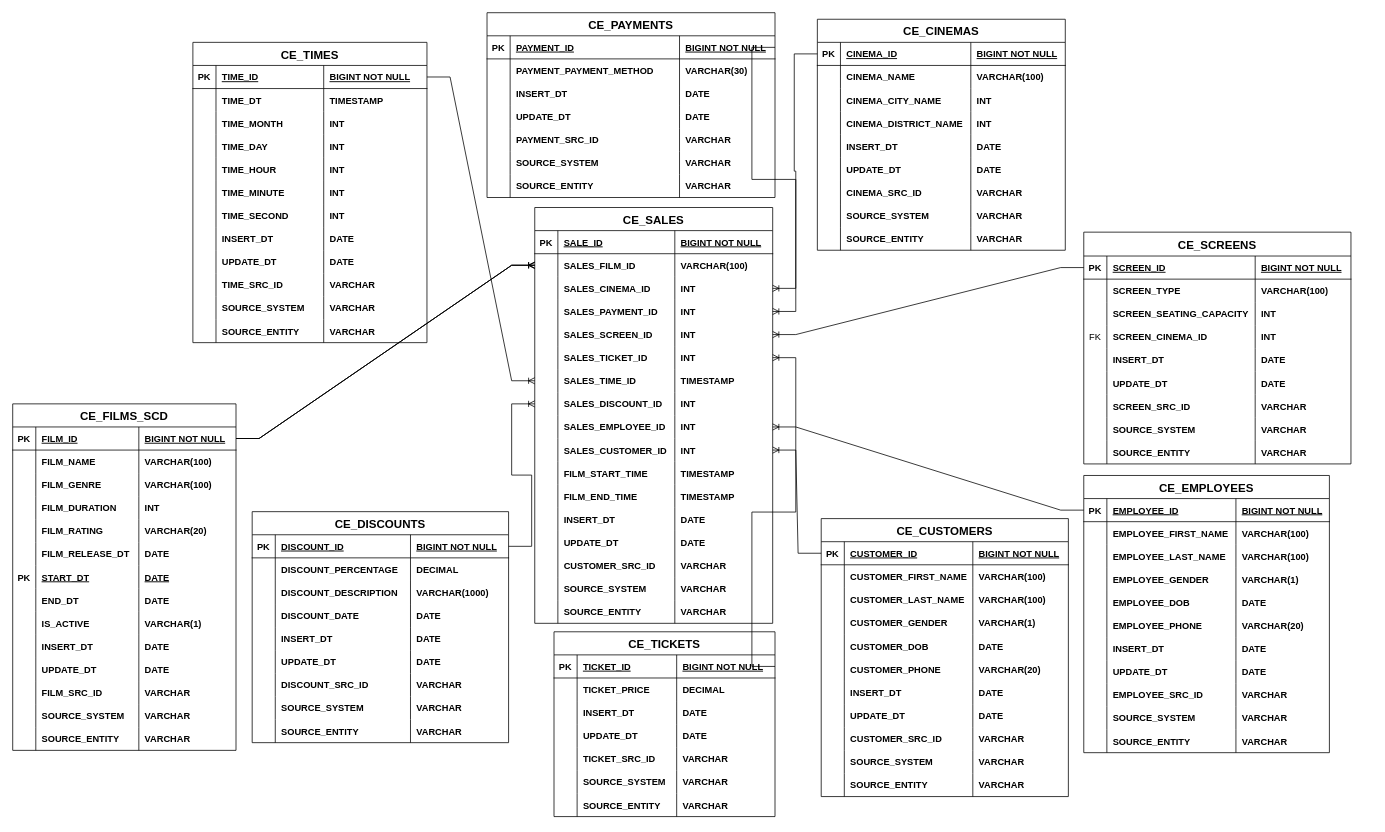
The draw.io diagram ticket_sales_star_schema.drawio in GiorgiEz/DB-modeling, before the edit. Source tidied: cells renumbered, new cells numbered last; positions are measured from the earlier drawing's top-left corner, leaving out a move shared by most shapes. Both pictures are drawn from the tidied source at 77%, with x=0, y=0 at pixel (12, 12).
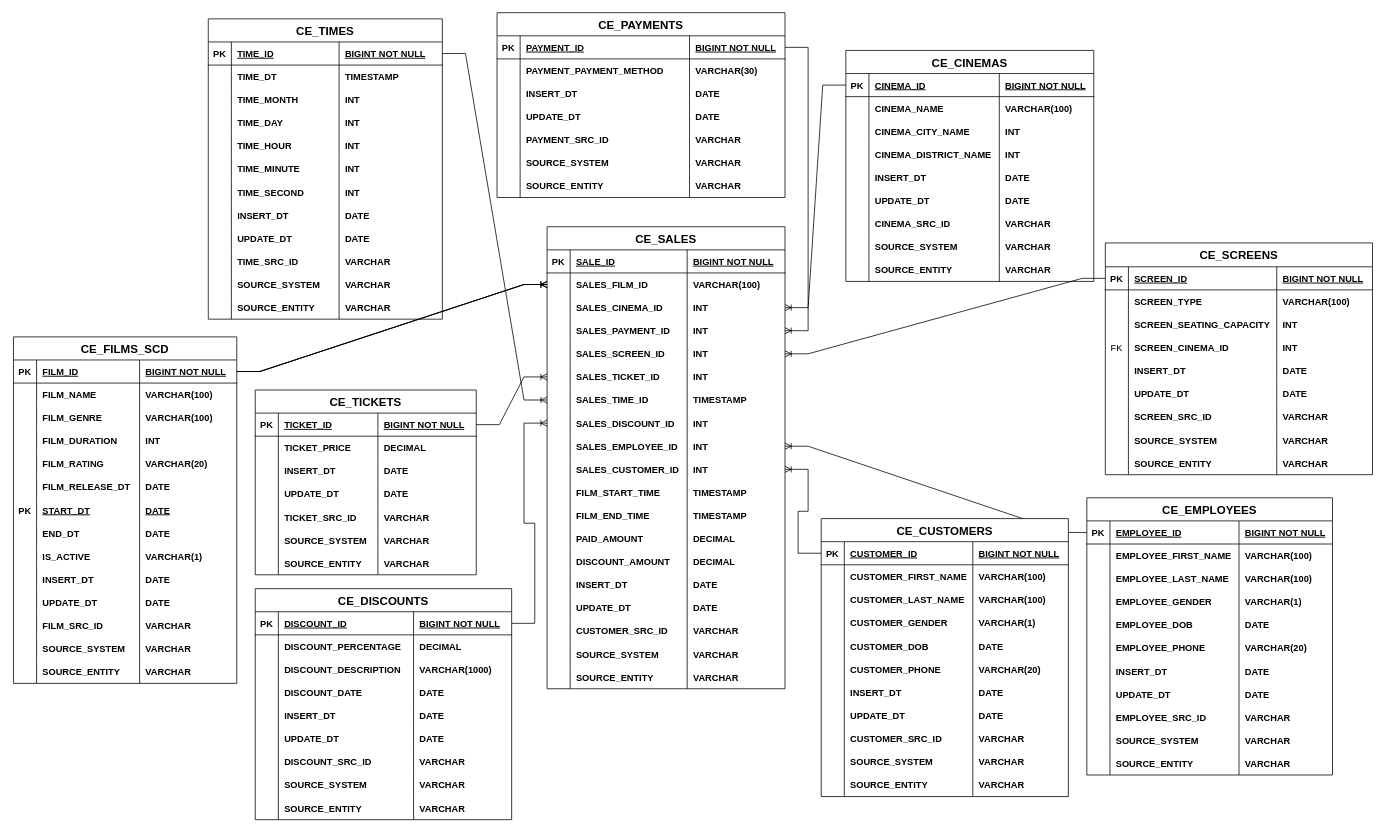
Above is the later version.

Unchanged cells that the change refers to:
```xml
<mxCell id="220" style="shape=partialRectangle;fillColor=none;points=[[0,0.5],[1,0.5]];portConstraint=eastwest;top=0;left=0;right=0;bottom=1;" parent="219" vertex="1">
  <mxGeometry y="30" width="287" height="30" as="geometry" />
</mxCell>
<mxCell id="343" style="shape=partialRectangle;fillColor=none;points=[[0,0.5],[1,0.5]];portConstraint=eastwest;top=0;left=0;right=0;bottom=0;" parent="322" vertex="1">
  <mxGeometry y="180" width="309" height="30" as="geometry" />
</mxCell>
```

The edit, as a diff of the source:
```diff
@@
     <mxCell id="2" value="CE_FILMS_SCD" style="shape=table;startSize=30;childLayout=tableLayout;rowLines=0;fontStyle=1;align=center;fontSize=15;" parent="1" vertex="1">
-      <mxGeometry y="508" width="290" height="450" as="geometry" />
+      <mxGeometry x="1" y="421" width="290" height="450" as="geometry" />
     </mxCell>
@@
     <mxCell id="59" value="CE_CINEMAS" style="shape=table;startSize=30;childLayout=tableLayout;rowLines=0;fontStyle=1;align=center;fontSize=15;" parent="1" vertex="1">
-      <mxGeometry x="1045" y="8.5" width="322" height="300" as="geometry" />
+      <mxGeometry x="1082" y="49" width="322" height="300" as="geometry" />
     </mxCell>
@@
     <mxCell id="96" value="CE_TIMES" style="shape=table;startSize=30;childLayout=tableLayout;rowLines=0;fontStyle=1;align=center;fontSize=15;" parent="1" vertex="1">
-      <mxGeometry x="234" y="38.5" width="304" height="390" as="geometry" />
+      <mxGeometry x="254" y="8" width="304" height="390" as="geometry" />
     </mxCell>
@@
     <mxCell id="145" value="CE_SCREENS" style="shape=table;startSize=31;childLayout=tableLayout;rowLines=0;fontStyle=1;align=center;fontSize=15;" parent="1" vertex="1">
-      <mxGeometry x="1391" y="285" width="347" height="301" as="geometry" />
+      <mxGeometry x="1419" y="299" width="347" height="301" as="geometry" />
     </mxCell>
@@
     <mxCell id="182" value="CE_DISCOUNTS" style="shape=table;startSize=30;childLayout=tableLayout;rowLines=0;fontStyle=1;align=center;fontSize=15;" parent="1" vertex="1">
-      <mxGeometry x="311" y="648" width="333" height="300" as="geometry" />
+      <mxGeometry x="315" y="748" width="333" height="300" as="geometry" />
     </mxCell>
@@
     <mxCell id="219" value="CE_TICKETS" style="shape=table;startSize=30;childLayout=tableLayout;rowLines=0;fontStyle=1;align=center;fontSize=15;" parent="1" vertex="1">
-      <mxGeometry x="703" y="804" width="287" height="240" as="geometry" />
+      <mxGeometry x="315" y="490" width="287" height="240" as="geometry" />
     </mxCell>
@@
     <mxCell id="248" value="CE_PAYMENTS" style="shape=table;startSize=30;childLayout=tableLayout;rowLines=0;fontStyle=1;align=center;fontSize=15;" parent="1" vertex="1">
-      <mxGeometry x="616" width="374" height="240" as="geometry" />
+      <mxGeometry x="629" width="374" height="240" as="geometry" />
     </mxCell>
@@
     <mxCell id="277" value="CE_EMPLOYEES" style="shape=table;startSize=30;childLayout=tableLayout;rowLines=0;fontStyle=1;align=center;fontSize=15;" parent="1" vertex="1">
-      <mxGeometry x="1391" y="601" width="319" height="360" as="geometry" />
+      <mxGeometry x="1395" y="630" width="319" height="360" as="geometry" />
     </mxCell>
@@
     <mxCell id="322" value="CE_SALES" style="shape=table;startSize=30;childLayout=tableLayout;rowLines=0;fontStyle=1;align=center;fontSize=15;" parent="1" vertex="1">
-      <mxGeometry x="678" y="253" width="309" height="540" as="geometry" />
+      <mxGeometry x="694" y="278" width="309" height="600" as="geometry" />
     </mxCell>
@@
+    <mxCell id="447" style="shape=partialRectangle;fillColor=none;top=0;left=0;right=0;bottom=0;" parent="322" vertex="1">
+      <mxGeometry y="390" width="309" height="30" as="geometry" />
+    </mxCell>
+    <mxCell id="448" style="shape=partialRectangle;overflow=hidden;fillColor=none;top=0;left=0;bottom=0;right=0;" parent="447" vertex="1">
+      <mxGeometry width="30" height="30" as="geometry" />
+    </mxCell>
+    <mxCell id="449" value="PAID_AMOUNT" style="shape=partialRectangle;overflow=hidden;fillColor=none;top=0;left=0;bottom=0;right=0;align=left;spacingLeft=6;fontStyle=1;" parent="447" vertex="1">
+      <mxGeometry x="30" width="151.9" height="30" as="geometry" />
+    </mxCell>
+    <mxCell id="450" value="DECIMAL" style="shape=partialRectangle;overflow=hidden;fillColor=none;top=0;left=0;bottom=0;right=0;align=left;spacingLeft=6;fontStyle=1;" parent="447" vertex="1">
+      <mxGeometry x="181.9" width="127.1" height="30" as="geometry" />
+    </mxCell>
+    <mxCell id="451" style="shape=partialRectangle;fillColor=none;top=0;left=0;right=0;bottom=0;" parent="322" vertex="1">
+      <mxGeometry y="420" width="309" height="30" as="geometry" />
+    </mxCell>
+    <mxCell id="452" style="shape=partialRectangle;overflow=hidden;fillColor=none;top=0;left=0;bottom=0;right=0;" parent="451" vertex="1">
+      <mxGeometry width="30" height="30" as="geometry" />
+    </mxCell>
+    <mxCell id="453" value="DISCOUNT_AMOUNT" style="shape=partialRectangle;overflow=hidden;fillColor=none;top=0;left=0;bottom=0;right=0;align=left;spacingLeft=6;fontStyle=1;" parent="451" vertex="1">
+      <mxGeometry x="30" width="151.9" height="30" as="geometry" />
+    </mxCell>
+    <mxCell id="454" value="DECIMAL" style="shape=partialRectangle;overflow=hidden;fillColor=none;top=0;left=0;bottom=0;right=0;align=left;spacingLeft=6;fontStyle=1;" parent="451" vertex="1">
+      <mxGeometry x="181.9" width="127.1" height="30" as="geometry" />
+    </mxCell>
     <mxCell id="371" style="shape=partialRectangle;fillColor=none;top=0;left=0;right=0;bottom=0;" parent="322" vertex="1">
-      <mxGeometry y="390" width="309" height="30" as="geometry" />
+      <mxGeometry y="450" width="309" height="30" as="geometry" />
     </mxCell>
@@
     <mxCell id="375" style="shape=partialRectangle;fillColor=none;top=0;left=0;right=0;bottom=0;" parent="322" vertex="1">
-      <mxGeometry y="420" width="309" height="30" as="geometry" />
+      <mxGeometry y="480" width="309" height="30" as="geometry" />
     </mxCell>
@@
     <mxCell id="379" style="shape=partialRectangle;fillColor=none;top=0;left=0;right=0;bottom=0;" parent="322" vertex="1">
-      <mxGeometry y="450" width="309" height="30" as="geometry" />
+      <mxGeometry y="510" width="309" height="30" as="geometry" />
     </mxCell>
@@
     <mxCell id="383" style="shape=partialRectangle;fillColor=none;top=0;left=0;right=0;bottom=0;" parent="322" vertex="1">
-      <mxGeometry y="480" width="309" height="30" as="geometry" />
+      <mxGeometry y="540" width="309" height="30" as="geometry" />
     </mxCell>
@@
     <mxCell id="387" style="shape=partialRectangle;fillColor=none;top=0;left=0;right=0;bottom=0;" parent="322" vertex="1">
-      <mxGeometry y="510" width="309" height="30" as="geometry" />
+      <mxGeometry y="570" width="309" height="30" as="geometry" />
     </mxCell>
@@
-    <mxCell id="396" style="edgeStyle=entityRelationEdgeStyle;fontSize=12;html=1;endArrow=ERoneToMany;rounded=0;entryX=1;entryY=0.5;entryDx=0;entryDy=0;exitX=1;exitY=0.5;exitDx=0;exitDy=0;" parent="1" edge="1" source="220" target="343">
+    <mxCell id="396" style="edgeStyle=entityRelationEdgeStyle;fontSize=12;html=1;endArrow=ERoneToMany;rounded=0;entryX=0;entryY=0.5;entryDx=0;entryDy=0;exitX=1;exitY=0.5;exitDx=0;exitDy=0;" parent="1" edge="1" source="220" target="343">
       <mxGeometry relative="1" as="geometry">
         <Array as="points">
           <mxPoint x="512" y="503" />
           <mxPoint x="576" y="538" />
           <mxPoint x="491" y="511" />
           <mxPoint x="490" y="508" />
         </Array>
       </mxGeometry>
     </mxCell>
```
